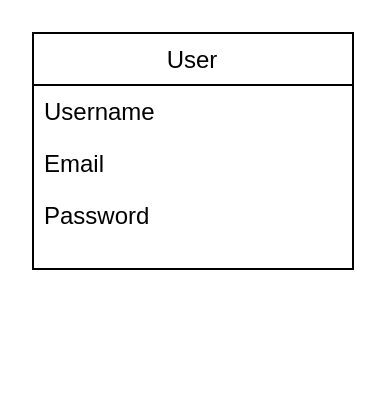
Earlier version of the draw.io diagram Untitled Diagram.drawio (DoonOnthon/rsflips1). Source tidied: cells renumbered, new cells numbered last; positions are measured from the earlier drawing's top-left corner, leaving out a move shared by most shapes. Both pictures are drawn from the tidied source at 200%, with x=0, y=0 at pixel (32, 32).
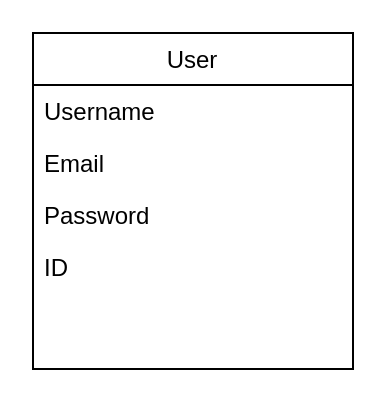
After the change.

Change to the diagram source:
```diff
@@
 <mxGraphModel>
   <root>
     <mxCell id="0" />
     <mxCell id="1" parent="0" />
     <mxCell id="2" value="User" style="swimlane;fontStyle=0;align=center;verticalAlign=top;horizontal=1;startSize=26;rounded=0;shadow=0;strokeWidth=1;" parent="1" vertex="1">
-      <mxGeometry width="160" height="118" as="geometry" />
+      <mxGeometry width="160" height="168" as="geometry" />
     </mxCell>
     <mxCell id="3" value="Username" style="text;align=left;verticalAlign=top;spacingLeft=4;spacingRight=4;overflow=hidden;" parent="2" vertex="1">
       <mxGeometry y="26" width="160" height="26" as="geometry" />
     </mxCell>
     <mxCell id="4" value="Email&#10;" style="text;align=left;verticalAlign=top;spacingLeft=4;spacingRight=4;overflow=hidden;rounded=0;shadow=0;html=0;" parent="2" vertex="1">
       <mxGeometry y="52" width="160" height="26" as="geometry" />
     </mxCell>
     <mxCell id="5" value="Password" style="text;align=left;verticalAlign=top;spacingLeft=4;spacingRight=4;overflow=hidden;rounded=0;shadow=0;html=0;" parent="2" vertex="1">
       <mxGeometry y="78" width="160" height="26" as="geometry" />
     </mxCell>
+    <mxCell id="6" value="ID" style="text;align=left;verticalAlign=top;spacingLeft=4;spacingRight=4;overflow=hidden;rounded=0;shadow=0;html=0;" parent="2" vertex="1">
+      <mxGeometry y="104" width="160" height="26" as="geometry" />
+    </mxCell>
   </root>
 </mxGraphModel>
```
